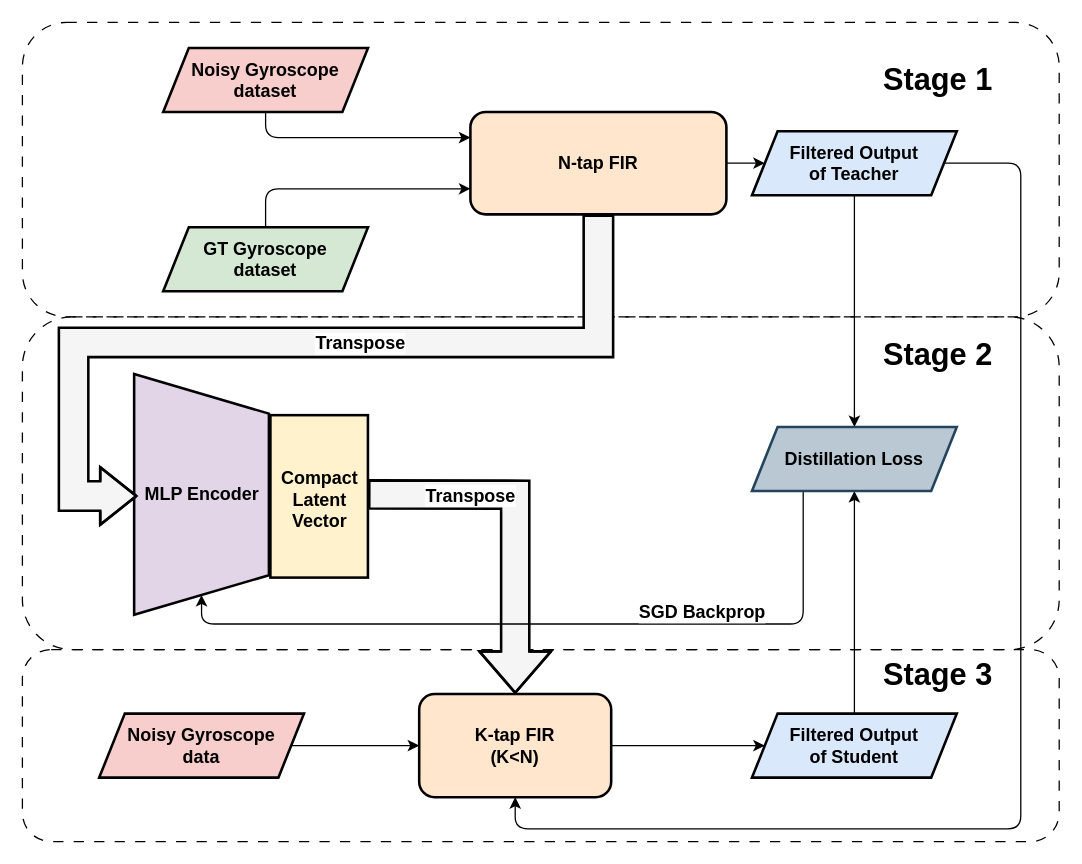
Earlier version of the draw.io diagram diagram.drawio (mayurpavonis/MBD-Project). Source tidied: cells renumbered, new cells numbered last; positions are measured from the earlier drawing's top-left corner, leaving out a move shared by most shapes. Both pictures are drawn from the tidied source at 128%, with x=0, y=0 at pixel (22, 22).
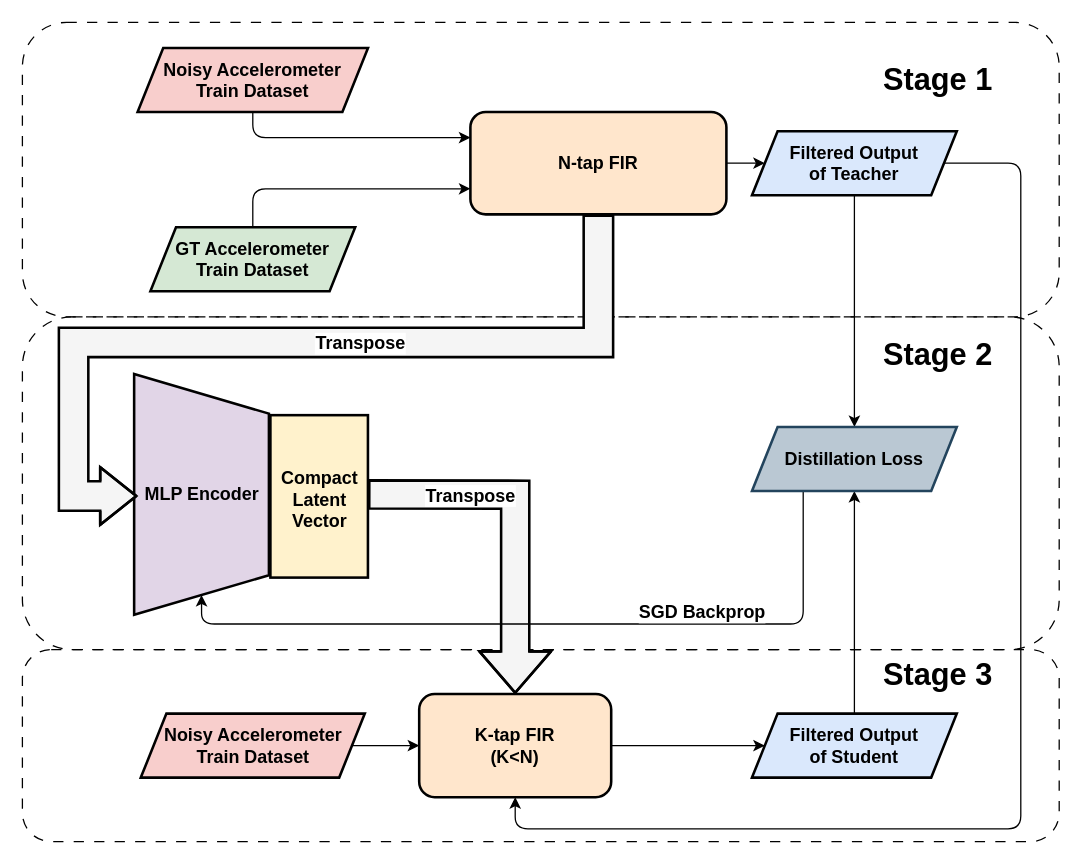
Above is the later version.

The edit, as a diff of the source:
```diff
@@
-    <mxCell id="16" value="&lt;font&gt;Noisy Gyroscope&lt;br&gt;dataset&lt;/font&gt;" style="shape=parallelogram;perimeter=parallelogramPerimeter;whiteSpace=wrap;html=1;fixedSize=1;fontStyle=1;fontSize=14;fillColor=#f8cecc;strokeColor=light-dark(#000000, #d7817e);strokeWidth=2;" parent="1" vertex="1">
-      <mxGeometry x="110" y="20" width="160" height="50" as="geometry" />
+    <mxCell id="16" value="&lt;font&gt;Noisy Accelerometer&lt;br&gt;Train Dataset&lt;/font&gt;" style="shape=parallelogram;perimeter=parallelogramPerimeter;whiteSpace=wrap;html=1;fixedSize=1;fontStyle=1;fontSize=14;fillColor=#f8cecc;strokeColor=light-dark(#000000, #d7817e);strokeWidth=2;" parent="1" vertex="1">
+      <mxGeometry x="90" y="20" width="180" height="50" as="geometry" />
     </mxCell>
@@
-    <mxCell id="18" value="Noisy Gyroscope&lt;br&gt;data" style="shape=parallelogram;perimeter=parallelogramPerimeter;whiteSpace=wrap;html=1;fixedSize=1;fontStyle=1;fontSize=14;fillColor=#f8cecc;strokeColor=light-dark(#000000, #d7817e);strokeWidth=2;" parent="1" vertex="1">
-      <mxGeometry x="60" y="540" width="160" height="50" as="geometry" />
+    <mxCell id="18" value="Noisy Accelerometer Train Dataset" style="shape=parallelogram;perimeter=parallelogramPerimeter;whiteSpace=wrap;html=1;fixedSize=1;fontStyle=1;fontSize=14;fillColor=#f8cecc;strokeColor=light-dark(#000000, #d7817e);strokeWidth=2;" parent="1" vertex="1">
+      <mxGeometry x="92.5" y="540" width="175" height="50" as="geometry" />
     </mxCell>
-    <mxCell id="19" value="&lt;font&gt;GT Gyroscope&lt;br&gt;dataset&lt;/font&gt;" style="shape=parallelogram;perimeter=parallelogramPerimeter;whiteSpace=wrap;html=1;fixedSize=1;fontStyle=1;fontSize=14;fillColor=#d5e8d4;strokeColor=light-dark(#000000, #446e2c);strokeWidth=2;" parent="1" vertex="1">
-      <mxGeometry x="110" y="160" width="160" height="50" as="geometry" />
+    <mxCell id="19" value="&lt;font&gt;GT Accelerometer&lt;br&gt;Train Dataset&lt;/font&gt;" style="shape=parallelogram;perimeter=parallelogramPerimeter;whiteSpace=wrap;html=1;fixedSize=1;fontStyle=1;fontSize=14;fillColor=#d5e8d4;strokeColor=light-dark(#000000, #446e2c);strokeWidth=2;" parent="1" vertex="1">
+      <mxGeometry x="100" y="160" width="160" height="50" as="geometry" />
     </mxCell>
```
